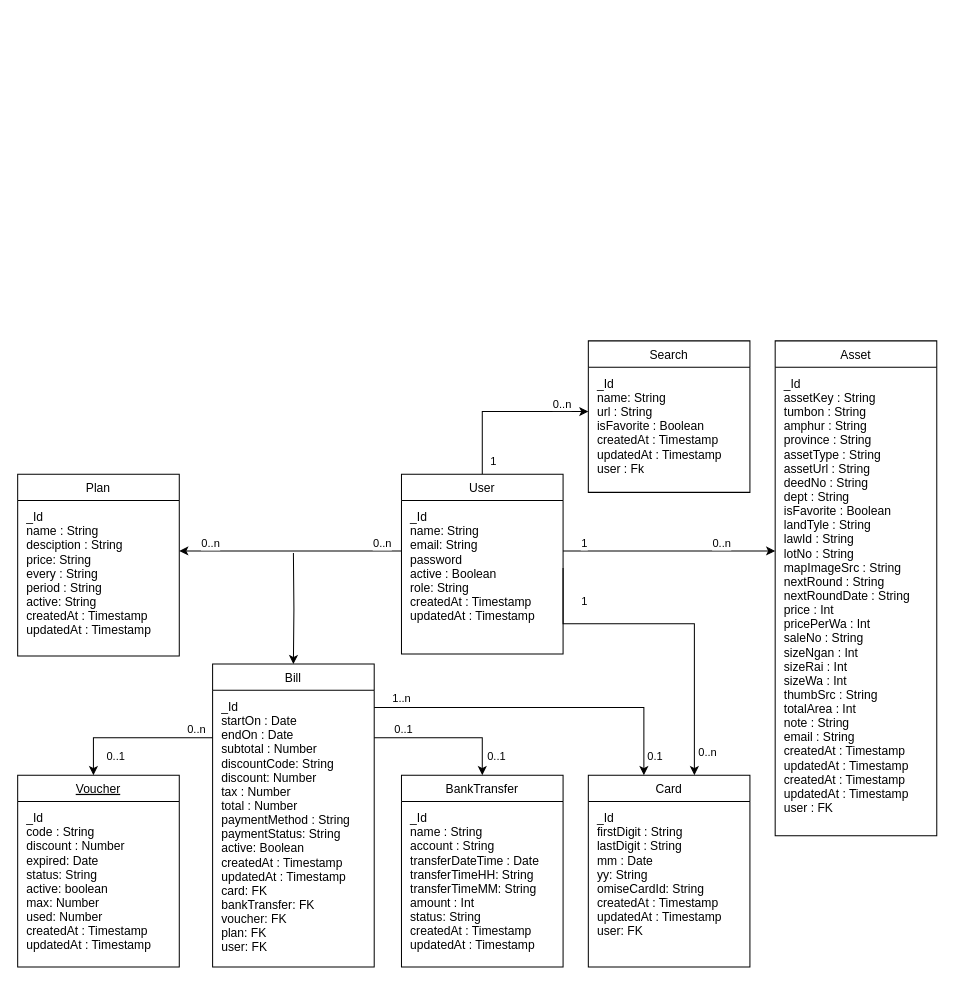
Before: Pramool Quick Laravel-Vue.drawio in Chawn/pramoolquick-laravel-vue, a draw.io diagram. Source tidied: cells renumbered, new cells numbered last; positions are measured from the earlier drawing's top-left corner, leaving out a move shared by most shapes. Both pictures are drawn from the tidied source at 101%, with x=0, y=0 at pixel (17, 340).
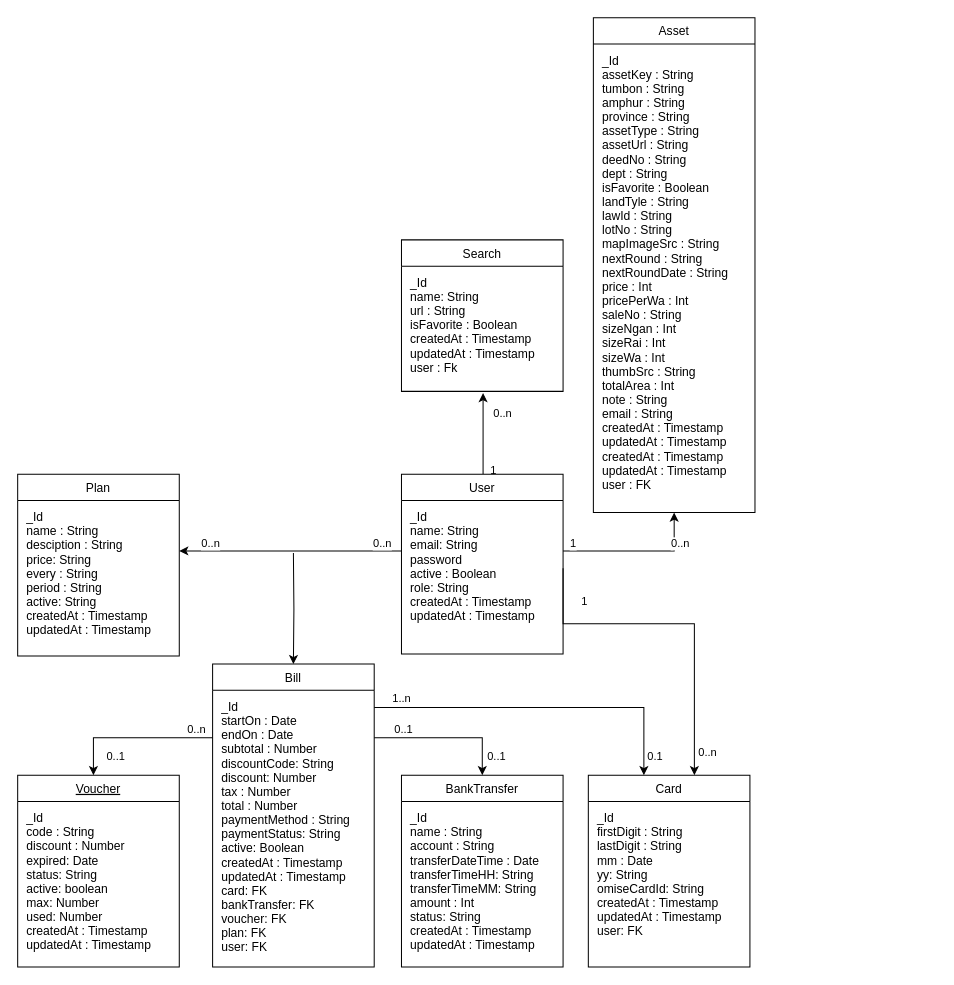
After the change.

Unchanged cells that the change refers to:
```xml
<mxCell id="8" value="User" style="swimlane;fontStyle=0;align=center;verticalAlign=top;horizontal=1;startSize=26;rounded=0;shadow=0;strokeWidth=1;arcSize=15;" parent="1" vertex="1">
  <mxGeometry x="380" y="132" width="160" height="178" as="geometry" />
</mxCell>
<mxCell id="9" value="_Id&#10;name: String&#10;email: String&#10;password&#10;active : Boolean&#10;role: String&#10;createdAt : Timestamp&#10;updatedAt : Timestamp&#10;" style="text;align=left;verticalAlign=top;spacingLeft=4;spacingRight=4;overflow=hidden;points=[[0,0.5],[1,0.5]];portConstraint=eastwest;spacingTop=0;fontSize=12;spacingBottom=0;spacing=5;" parent="8" vertex="1">
  <mxGeometry y="26" width="160" height="134" as="geometry" />
</mxCell>
<mxCell id="12" value="_Id&#10;assetKey : String&#10;tumbon : String&#10;amphur : String&#10;province : String&#10;assetType : String&#10;assetUrl : String&#10;deedNo : String&#10;dept : String&#10;isFavorite : Boolean&#10;landTyle : String&#10;lawId : String&#10;lotNo : String&#10;mapImageSrc : String&#10;nextRound : String&#10;nextRoundDate : String&#10;price : Int&#10;pricePerWa : Int&#10;saleNo : String&#10;sizeNgan : Int&#10;sizeRai : Int&#10;sizeWa : Int&#10;thumbSrc : String&#10;totalArea : Int&#10;note : String&#10;email : String&#10;createdAt : Timestamp&#10;updatedAt : Timestamp&#10;createdAt : Timestamp&#10;updatedAt : Timestamp&#10;user : FK&#10;&#10;&#10;" style="text;align=left;verticalAlign=top;spacingLeft=4;spacingRight=4;overflow=hidden;points=[[0,0.5],[1,0.5]];portConstraint=eastwest;fontFamily=Helvetica;spacingTop=0;fontSize=12;spacingBottom=0;spacing=5;" parent="11" vertex="1">
  <mxGeometry y="26" width="160" height="464" as="geometry" />
</mxCell>
<mxCell id="39" value="_Id&#10;name: String&#10;url : String&#10;isFavorite : Boolean&#10;createdAt : Timestamp&#10;updatedAt : Timestamp&#10;user : Fk&#10;" style="text;align=left;verticalAlign=top;spacingLeft=4;spacingRight=4;overflow=hidden;points=[[0,0.5],[1,0.5]];portConstraint=eastwest;spacingTop=0;fontSize=12;spacingBottom=0;spacing=5;" parent="38" vertex="1">
  <mxGeometry y="26" width="160" height="124" as="geometry" />
</mxCell>
```

The edit, as a diff of the source:
```diff
@@
-    <mxCell id="5" style="edgeStyle=orthogonalEdgeStyle;rounded=0;jettySize=auto;html=1;exitX=0.5;exitY=0;exitDx=0;exitDy=0;" parent="1" edge="1" source="8" target="39">
+    <mxCell id="5" style="edgeStyle=orthogonalEdgeStyle;rounded=0;jettySize=auto;html=1;exitX=0.5;exitY=0;exitDx=0;exitDy=0;entryX=0.505;entryY=1.014;entryDx=0;entryDy=0;entryPerimeter=0;" parent="1" edge="1" source="8" target="39">
       <mxGeometry relative="1" as="geometry">
         <Array as="points">
-          <mxPoint x="460" y="70" />
+          <mxPoint x="460" y="52" />
         </Array>
       </mxGeometry>
     </mxCell>
@@
     <mxCell id="7" value="0..n" style="edgeLabel;html=1;align=center;verticalAlign=middle;" parent="5" vertex="1">
       <mxGeometry x="0.68" y="3" relative="1" as="geometry">
-        <mxPoint y="-5" as="offset" />
+        <mxPoint x="22" y="6" as="offset" />
       </mxGeometry>
     </mxCell>
@@
     <mxCell id="11" value="Asset" style="swimlane;fontStyle=0;align=center;verticalAlign=top;horizontal=1;startSize=26;rounded=0;shadow=0;strokeWidth=1;arcSize=15;" parent="1" vertex="1">
-      <mxGeometry x="750" width="160" height="490" as="geometry" />
+      <mxGeometry x="570" y="-320" width="160" height="490" as="geometry" />
     </mxCell>
@@
     <mxCell id="18" style="rounded=0;jettySize=auto;html=1;edgeStyle=orthogonalEdgeStyle;" parent="1" edge="1" source="9" target="12">
       <mxGeometry relative="1" as="geometry">
         <Array as="points">
-          <mxPoint x="720" y="208" />
-          <mxPoint x="720" y="208" />
+          <mxPoint x="650" y="208" />
         </Array>
       </mxGeometry>
     </mxCell>
@@
     <mxCell id="38" value="Search" style="swimlane;fontStyle=0;align=center;verticalAlign=top;horizontal=1;startSize=26;rounded=0;shadow=0;strokeWidth=1;arcSize=15;" parent="1" vertex="1">
-      <mxGeometry x="565" width="160" height="150" as="geometry" />
+      <mxGeometry x="380" y="-100" width="160" height="150" as="geometry" />
     </mxCell>
```
